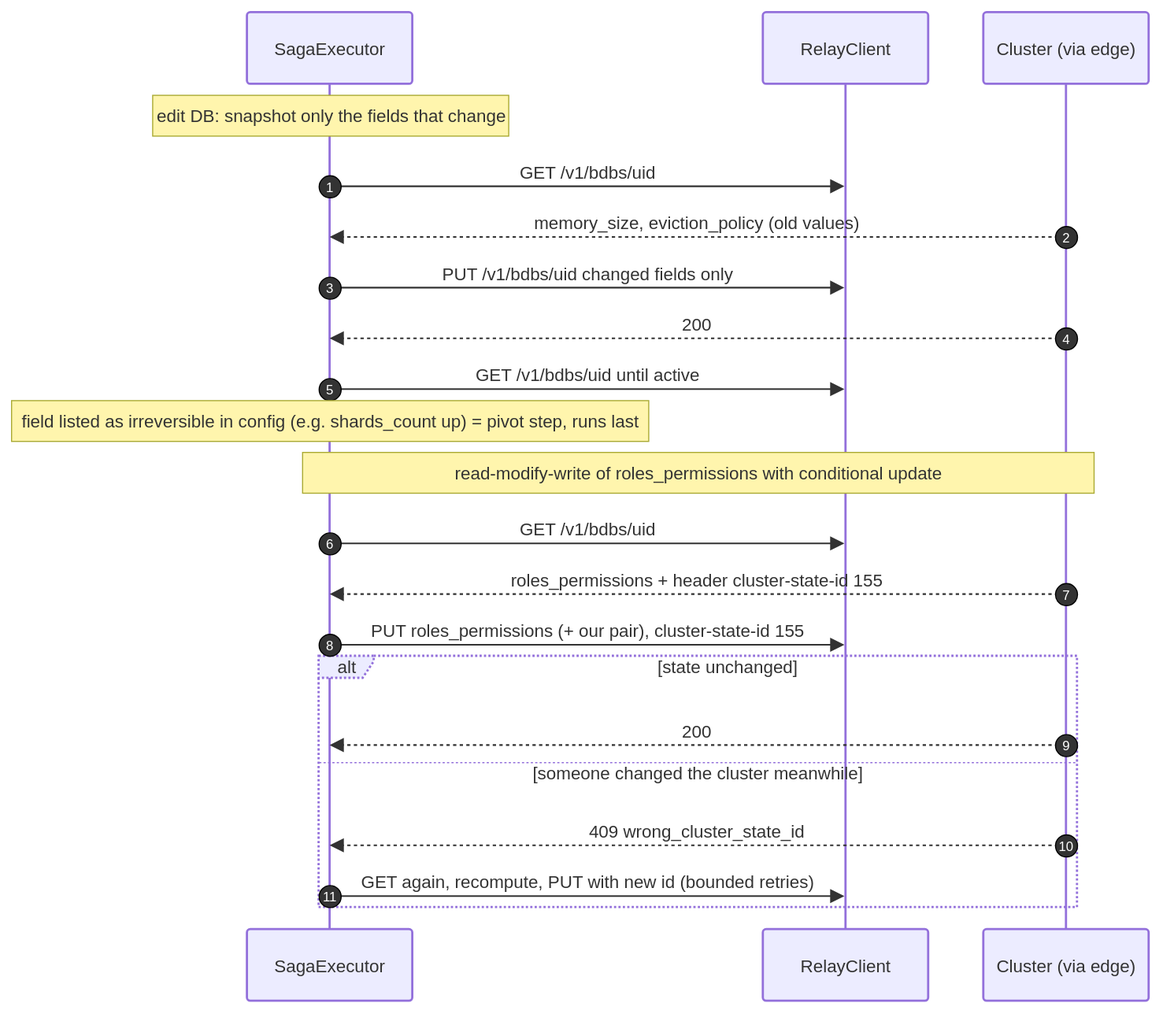
Above: docs/dr/diagrams/09-seq-edit-db.drawio.svg in EliShteinman/redis-enterprise-services (draw.io), before the change. Source tidied: cells renumbered, new cells last; positions are measured from the earlier drawing's top-left corner, leaving out a move shared by most shapes.
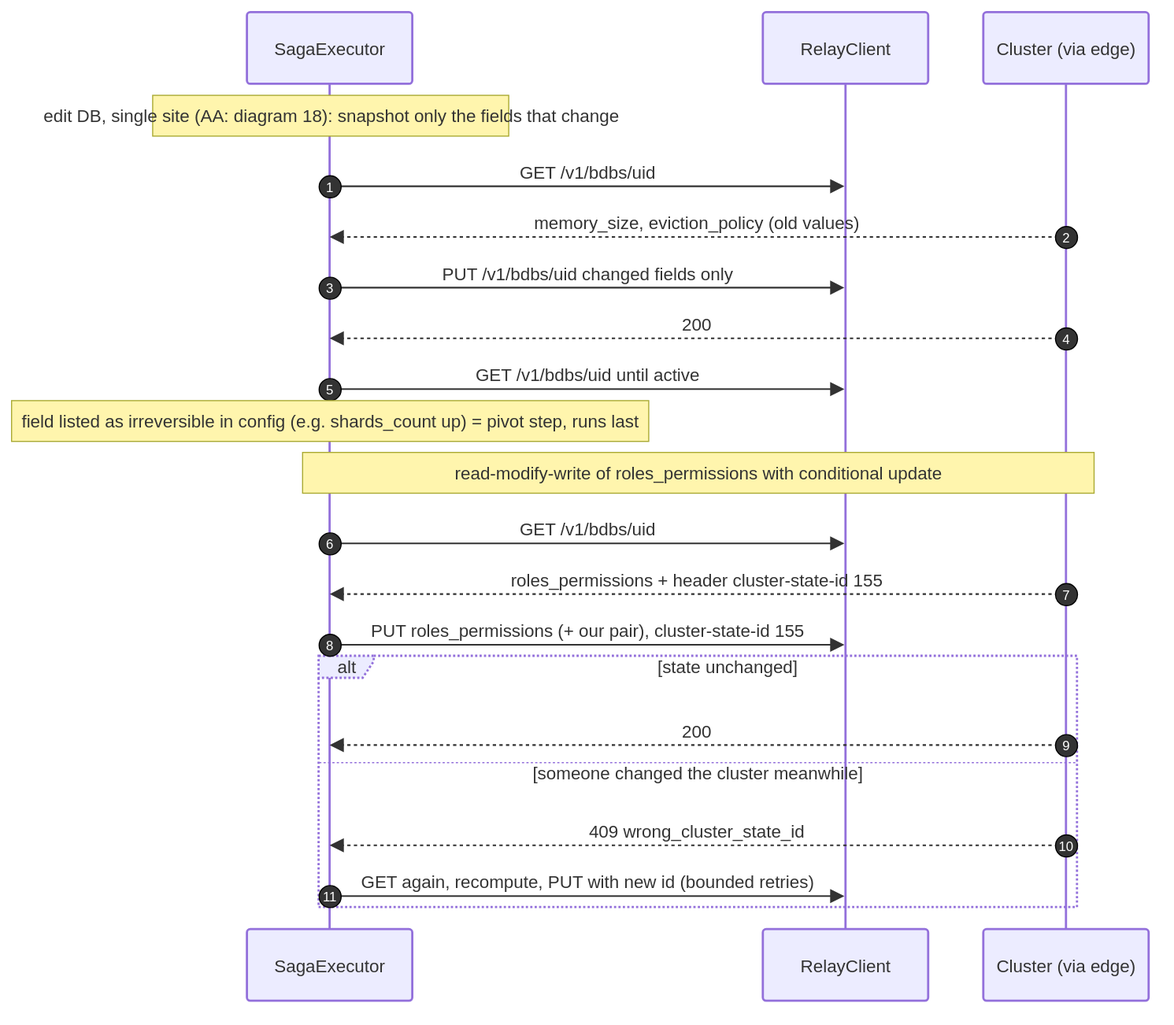
After the commit.

Commit message:
docs(dr): refresh components, classes, create and edit diagrams, add API models diagram

Diff of the diagram source:
```diff
@@ -133,7 +133,7 @@
     <mxCell id="30" value="11" style="ellipse;fillColor=light-dark(#333333,#cccccc);align=center;verticalAlign=middle;fontColor=light-dark(#FFFFFF,#333333);fontSize=12;" parent="1" vertex="1">
       <mxGeometry x="279" y="792" width="20" height="20" as="geometry" />
     </mxCell>
-    <mxCell id="31" value="edit DB: snapshot only the fields that change" style="html=1;fillColor=light-dark(#fff5ad,#2a2a2a);strokeColor=light-dark(#aaaa33,#cccccc);fontColor=light-dark(#333333,#cccccc);fontFamily=Trebuchet MS,Verdana,Arial,sans-serif;fontSize=16;" parent="1" vertex="1">
+    <mxCell id="31" value="edit DB, single site (AA: diagram 18): snapshot only the fields that change" style="html=1;fillColor=light-dark(#fff5ad,#2a2a2a);strokeColor=light-dark(#aaaa33,#cccccc);fontColor=light-dark(#333333,#cccccc);fontFamily=Trebuchet MS,Verdana,Arial,sans-serif;fontSize=16;" parent="1" vertex="1">
       <mxGeometry x="128" y="75" width="323" height="37" as="geometry" />
     </mxCell>
     <mxCell id="32" value="field listed as irreversible in config (e.g. shards_count up) = pivot step, runs last" style="html=1;fillColor=light-dark(#fff5ad,#2a2a2a);strokeColor=light-dark(#aaaa33,#cccccc);fontColor=light-dark(#333333,#cccccc);fontFamily=Trebuchet MS,Verdana,Arial,sans-serif;fontSize=16;" parent="1" vertex="1">
```
